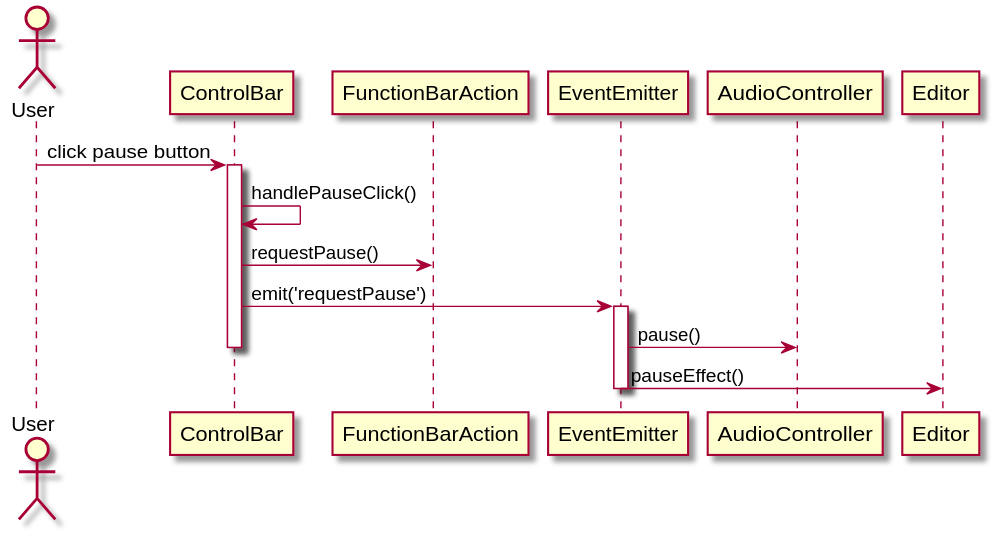
Earlier version of the PlantUML export out/sequence_diagram/pause_play/pause_play.svg (austudio-team/austudio-uml-graph).
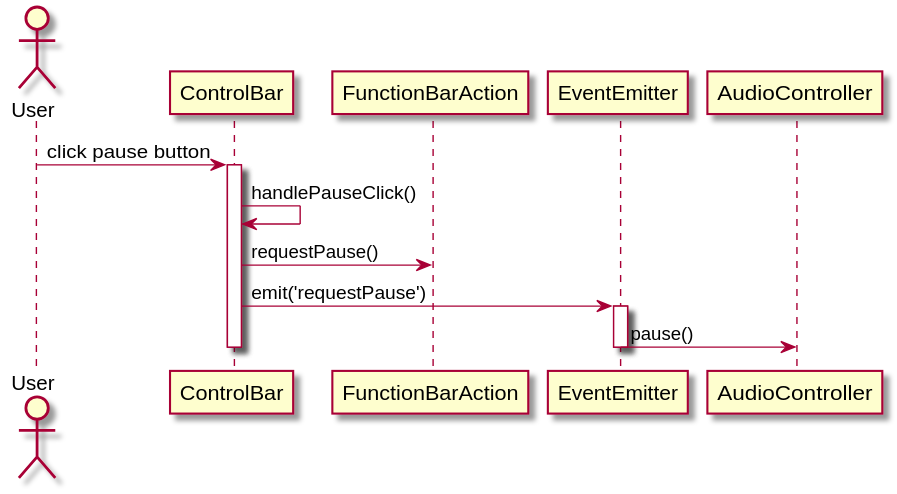
Above is the later version.

What changed in the source:
```diff
@@ -9,8 +9,6 @@
 activate EventEmitter
 EventEmitter -> AudioController: pause()
 deactivate ControlBar
-EventEmitter -> Editor: pauseEffect()
-deactivate Editor
 deactivate EventEmitter
 
 @enduml
```
